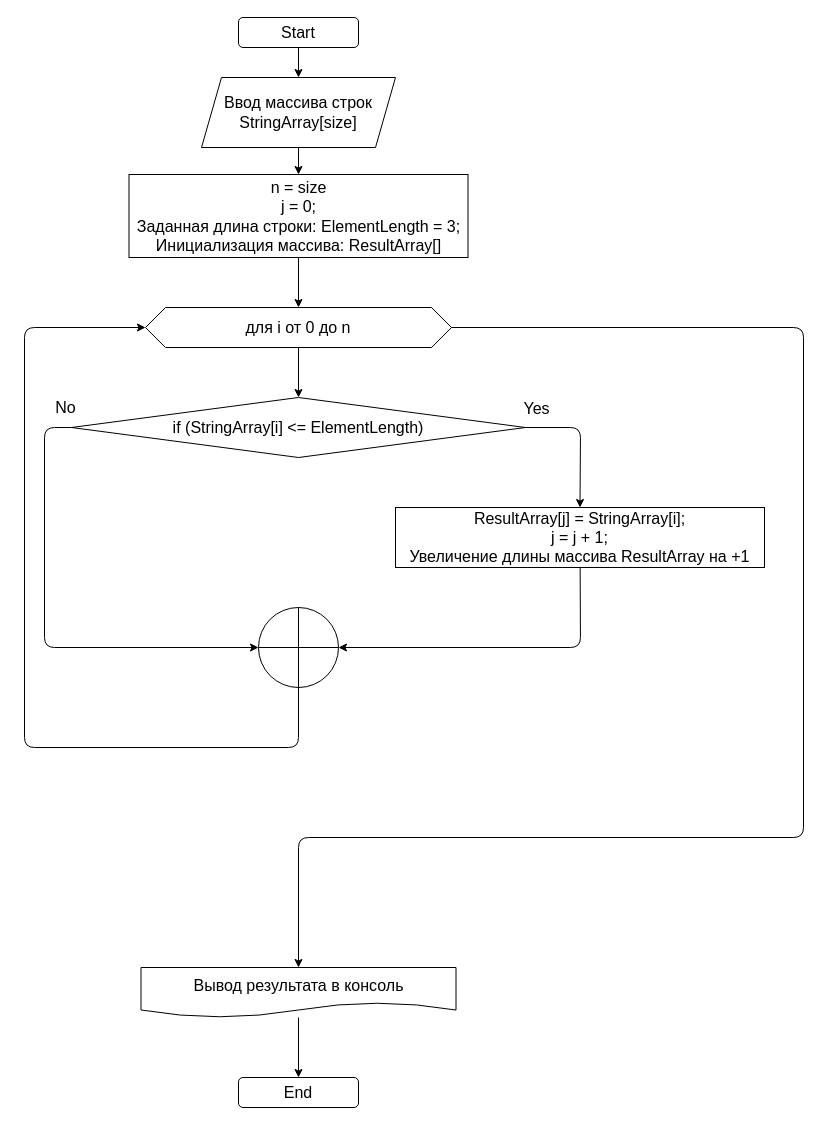
Before: BlockDiagram.drawio in KotegovAlex/SpecializationTest, a draw.io diagram. Source tidied: cells renumbered, new cells numbered last; positions are measured from the earlier drawing's top-left corner, leaving out a move shared by most shapes. Both pictures are drawn from the tidied source at 100%, with x=0, y=0 at pixel (24, 17).
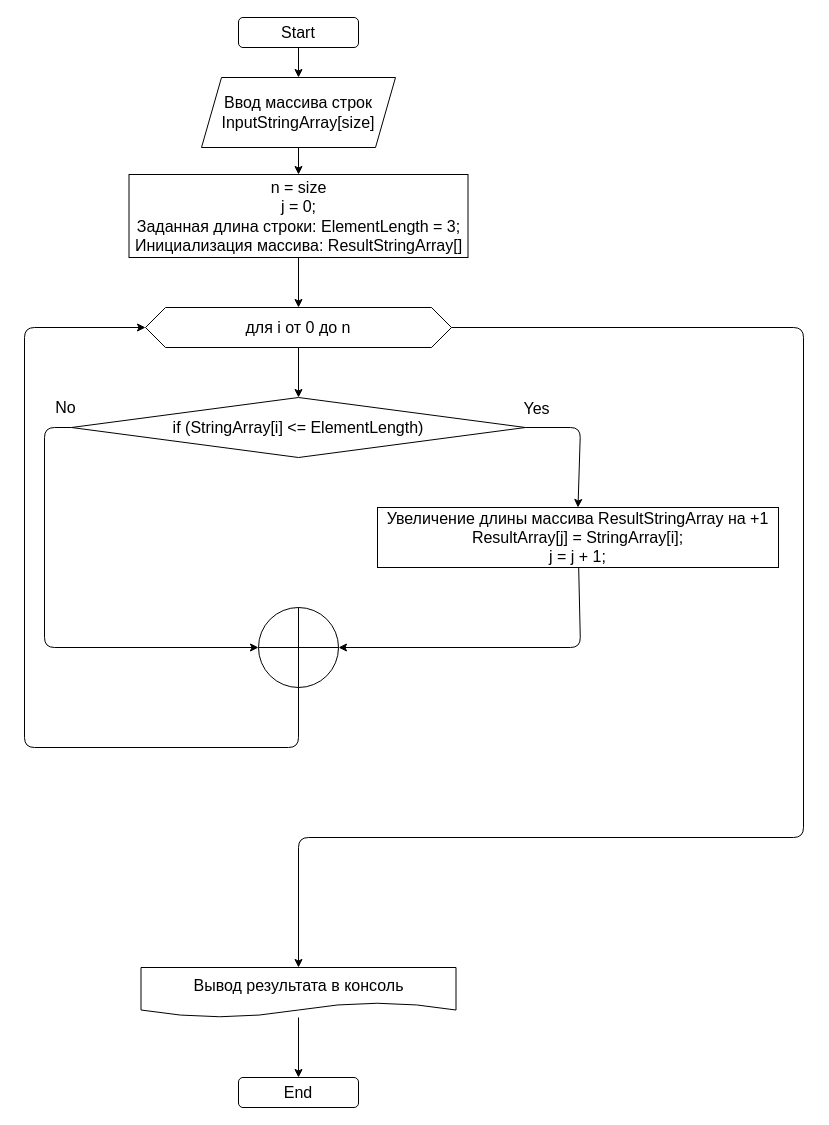
After the change.

Commit message:
alignment with code

The edit, as a diff of the source:
```diff
@@
-    <mxCell id="5" value="Ввод массива строк&lt;br&gt;StringArray[size]" style="shape=parallelogram;perimeter=parallelogramPerimeter;whiteSpace=wrap;html=1;fixedSize=1;fontSize=16;" parent="1" vertex="1">
+    <mxCell id="5" value="Ввод массива строк&lt;br&gt;InputStringArray[size]" style="shape=parallelogram;perimeter=parallelogramPerimeter;whiteSpace=wrap;html=1;fixedSize=1;fontSize=16;" parent="1" vertex="1">
       <mxGeometry x="177" y="60" width="194" height="70" as="geometry" />
     </mxCell>
@@
-    <mxCell id="7" value="n = size&lt;br&gt;j = 0;&lt;br&gt;Заданная длина строки: ElementLength = 3;&lt;br&gt;Инициализация массива: ResultArray[]" style="rounded=0;whiteSpace=wrap;html=1;fontSize=16;" parent="1" vertex="1">
+    <mxCell id="7" value="n = size&lt;br&gt;j = 0;&lt;br&gt;Заданная длина строки: ElementLength = 3;&lt;br&gt;Инициализация массива: ResultStringArray[]" style="rounded=0;whiteSpace=wrap;html=1;fontSize=16;" parent="1" vertex="1">
       <mxGeometry x="104.5" y="157" width="339" height="83" as="geometry" />
     </mxCell>
@@
-    <mxCell id="15" value="ResultArray[j] = StringArray[i];&lt;br&gt;j = j + 1;&lt;br&gt;Увеличение длины массива ResultArray на +1" style="rounded=0;whiteSpace=wrap;html=1;fontSize=16;strokeWidth=1;" parent="1" vertex="1">
-      <mxGeometry x="371" y="490" width="369" height="60" as="geometry" />
+    <mxCell id="15" value="Увеличение длины массива ResultStringArray на +1&lt;br&gt;ResultArray[j] = StringArray[i];&lt;br&gt;j = j + 1;&lt;br&gt;" style="rounded=0;whiteSpace=wrap;html=1;fontSize=16;strokeWidth=1;" parent="1" vertex="1">
+      <mxGeometry x="353" y="490" width="401" height="60" as="geometry" />
     </mxCell>
```
